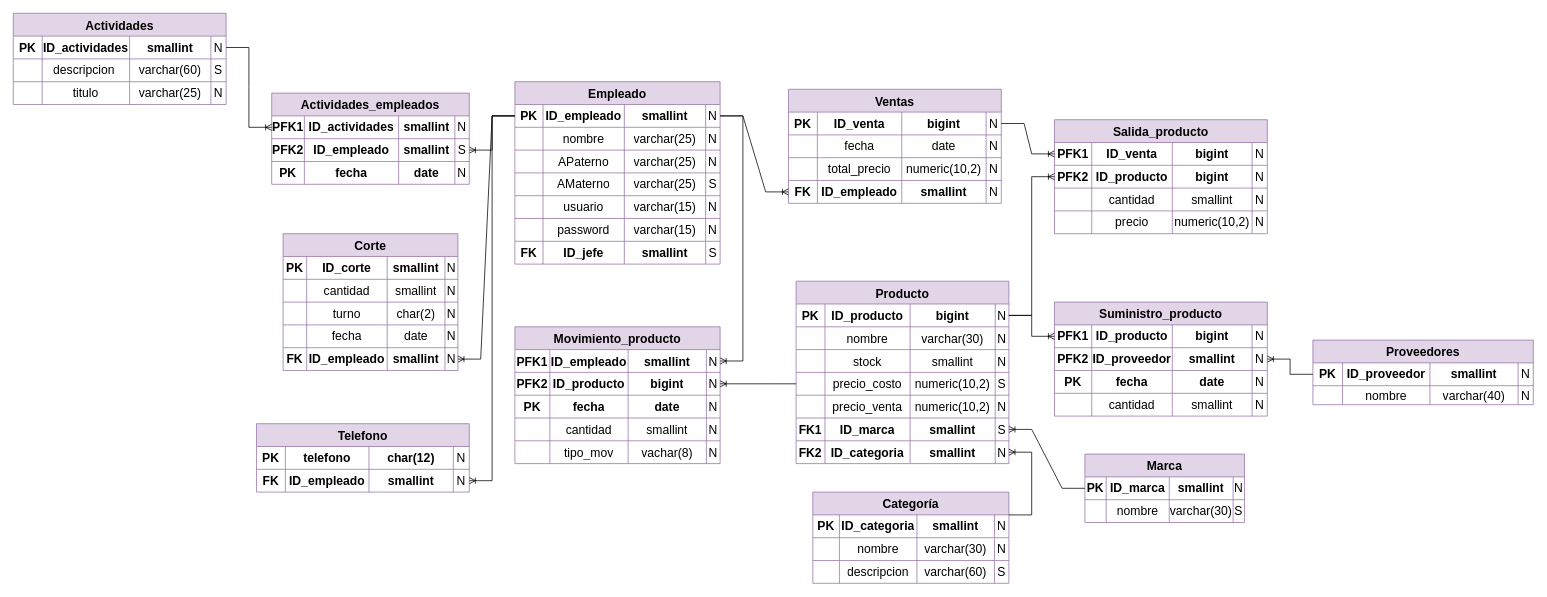
Above: Modelo Logico Especifico Proyecto.drawio in misiomishi/itcj (draw.io), before the change. Source tidied: cells renumbered, new cells numbered last; positions are measured from the earlier drawing's top-left corner, leaving out a move shared by most shapes. Both pictures are drawn from the tidied source at 76%, with x=0, y=0 at pixel (13, 13).
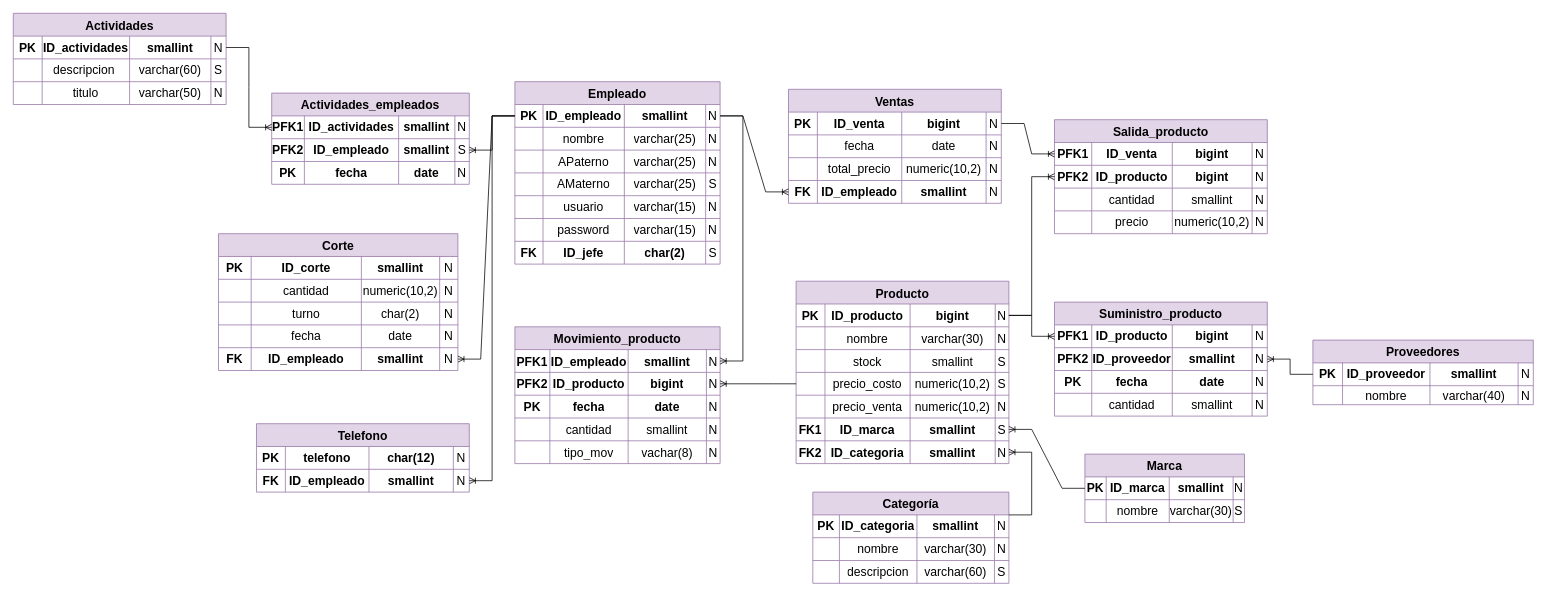
After the change.

Unchanged cells that the change refers to:
```xml
<mxCell id="13" style="shape=tableRow;horizontal=0;startSize=0;swimlaneHead=0;swimlaneBody=0;strokeColor=inherit;top=0;left=0;bottom=0;right=0;fillColor=none;fontSize=16;" parent="2" vertex="1">
  <mxGeometry y="90" width="280" height="30" as="geometry" />
</mxCell>
<mxCell id="75" style="shape=tableRow;horizontal=0;startSize=0;swimlaneHead=0;swimlaneBody=0;strokeColor=inherit;top=0;left=0;bottom=0;right=0;fillColor=none;fontSize=16;" parent="44" vertex="1">
  <mxGeometry y="210" width="270" height="30" as="geometry" />
</mxCell>
<mxCell id="123" style="shape=tableRow;horizontal=0;startSize=0;swimlaneHead=0;swimlaneBody=0;strokeColor=inherit;top=0;left=0;bottom=0;right=0;fillColor=none;fontSize=16;" parent="112" vertex="1">
  <mxGeometry y="90" width="280" height="30" as="geometry" />
</mxCell>
```

Change to the diagram source:
```diff
@@
-    <mxCell id="16" value="varchar(25)" style="shape=partialRectangle;html=1;whiteSpace=wrap;strokeColor=inherit;overflow=hidden;fillColor=none;top=0;left=0;bottom=0;right=0;fontSize=16;" parent="13" vertex="1">
+    <mxCell id="16" value="varchar(50)" style="shape=partialRectangle;html=1;whiteSpace=wrap;strokeColor=inherit;overflow=hidden;fillColor=none;top=0;left=0;bottom=0;right=0;fontSize=16;" parent="13" vertex="1">
       <mxGeometry x="153" width="107" height="30" as="geometry" />
     </mxCell>
@@
     <mxCell id="18" value="Corte" style="shape=table;startSize=30;childLayout=tableLayout;strokeColor=#9673a6;fontSize=16;fontStyle=1;fillColor=#e1d5e7;" parent="1" vertex="1">
-      <mxGeometry x="355" y="290" width="230" height="180" as="geometry" />
+      <mxGeometry x="270" y="290" width="315" height="180" as="geometry" />
     </mxCell>
     <mxCell id="19" style="shape=tableRow;horizontal=0;startSize=0;swimlaneHead=0;swimlaneBody=0;strokeColor=inherit;top=0;left=0;bottom=0;right=0;fillColor=none;fontSize=16;" parent="18" vertex="1">
-      <mxGeometry y="30" width="230" height="30" as="geometry" />
+      <mxGeometry y="30" width="315" height="30" as="geometry" />
     </mxCell>
     <mxCell id="20" value="PK" style="shape=partialRectangle;html=1;whiteSpace=wrap;strokeColor=inherit;overflow=hidden;fillColor=none;top=0;left=0;bottom=0;right=0;fontSize=16;fontStyle=1;" parent="19" vertex="1">
-      <mxGeometry width="31" height="30" as="geometry" />
+      <mxGeometry width="43" height="30" as="geometry" />
     </mxCell>
     <mxCell id="21" value="ID_corte" style="shape=partialRectangle;html=1;whiteSpace=wrap;strokeColor=inherit;overflow=hidden;fillColor=none;top=0;left=0;bottom=0;right=0;fontSize=16;fontStyle=1;" parent="19" vertex="1">
-      <mxGeometry x="31" width="106" height="30" as="geometry" />
+      <mxGeometry x="43" width="145" height="30" as="geometry" />
     </mxCell>
     <mxCell id="22" value="smallint" style="shape=partialRectangle;html=1;whiteSpace=wrap;strokeColor=inherit;overflow=hidden;fillColor=none;top=0;left=0;bottom=0;right=0;fontSize=16;fontStyle=1;" parent="19" vertex="1">
-      <mxGeometry x="137" width="76" height="30" as="geometry" />
+      <mxGeometry x="188" width="103" height="30" as="geometry" />
     </mxCell>
     <mxCell id="23" value="N" style="shape=partialRectangle;html=1;whiteSpace=wrap;strokeColor=inherit;overflow=hidden;fillColor=none;top=0;left=0;bottom=0;right=0;fontSize=16;" parent="19" vertex="1">
-      <mxGeometry x="213" width="17" height="30" as="geometry" />
+      <mxGeometry x="291" width="24" height="30" as="geometry" />
     </mxCell>
     <mxCell id="24" style="shape=tableRow;horizontal=0;startSize=0;swimlaneHead=0;swimlaneBody=0;strokeColor=inherit;top=0;left=0;bottom=0;right=0;fillColor=none;fontSize=16;" parent="18" vertex="1">
-      <mxGeometry y="60" width="230" height="30" as="geometry" />
+      <mxGeometry y="60" width="315" height="30" as="geometry" />
     </mxCell>
     <mxCell id="25" style="shape=partialRectangle;html=1;whiteSpace=wrap;strokeColor=inherit;overflow=hidden;fillColor=none;top=0;left=0;bottom=0;right=0;fontSize=16;" parent="24" vertex="1">
-      <mxGeometry width="31" height="30" as="geometry" />
+      <mxGeometry width="43" height="30" as="geometry" />
     </mxCell>
     <mxCell id="26" value="cantidad" style="shape=partialRectangle;html=1;whiteSpace=wrap;strokeColor=inherit;overflow=hidden;fillColor=none;top=0;left=0;bottom=0;right=0;fontSize=16;" parent="24" vertex="1">
-      <mxGeometry x="31" width="106" height="30" as="geometry" />
+      <mxGeometry x="43" width="145" height="30" as="geometry" />
     </mxCell>
-    <mxCell id="27" value="smallint" style="shape=partialRectangle;html=1;whiteSpace=wrap;strokeColor=inherit;overflow=hidden;fillColor=none;top=0;left=0;bottom=0;right=0;fontSize=16;" parent="24" vertex="1">
-      <mxGeometry x="137" width="76" height="30" as="geometry" />
+    <mxCell id="27" value="numeric(10,2)" style="shape=partialRectangle;html=1;whiteSpace=wrap;strokeColor=inherit;overflow=hidden;fillColor=none;top=0;left=0;bottom=0;right=0;fontSize=16;" parent="24" vertex="1">
+      <mxGeometry x="188" width="103" height="30" as="geometry" />
     </mxCell>
     <mxCell id="28" value="N" style="shape=partialRectangle;html=1;whiteSpace=wrap;strokeColor=inherit;overflow=hidden;fillColor=none;top=0;left=0;bottom=0;right=0;fontSize=16;" parent="24" vertex="1">
-      <mxGeometry x="213" width="17" height="30" as="geometry" />
+      <mxGeometry x="291" width="24" height="30" as="geometry" />
     </mxCell>
     <mxCell id="29" style="shape=tableRow;horizontal=0;startSize=0;swimlaneHead=0;swimlaneBody=0;strokeColor=inherit;top=0;left=0;bottom=0;right=0;fillColor=none;fontSize=16;" parent="18" vertex="1">
-      <mxGeometry y="90" width="230" height="30" as="geometry" />
+      <mxGeometry y="90" width="315" height="30" as="geometry" />
     </mxCell>
     <mxCell id="30" style="shape=partialRectangle;html=1;whiteSpace=wrap;strokeColor=inherit;overflow=hidden;fillColor=none;top=0;left=0;bottom=0;right=0;fontSize=16;" parent="29" vertex="1">
-      <mxGeometry width="31" height="30" as="geometry" />
+      <mxGeometry width="43" height="30" as="geometry" />
     </mxCell>
     <mxCell id="31" value="turno" style="shape=partialRectangle;html=1;whiteSpace=wrap;strokeColor=inherit;overflow=hidden;fillColor=none;top=0;left=0;bottom=0;right=0;fontSize=16;" parent="29" vertex="1">
-      <mxGeometry x="31" width="106" height="30" as="geometry" />
+      <mxGeometry x="43" width="145" height="30" as="geometry" />
     </mxCell>
     <mxCell id="32" value="char(2)" style="shape=partialRectangle;html=1;whiteSpace=wrap;strokeColor=inherit;overflow=hidden;fillColor=none;top=0;left=0;bottom=0;right=0;fontSize=16;" parent="29" vertex="1">
-      <mxGeometry x="137" width="76" height="30" as="geometry" />
+      <mxGeometry x="188" width="103" height="30" as="geometry" />
     </mxCell>
     <mxCell id="33" value="N" style="shape=partialRectangle;html=1;whiteSpace=wrap;strokeColor=inherit;overflow=hidden;fillColor=none;top=0;left=0;bottom=0;right=0;fontSize=16;" parent="29" vertex="1">
-      <mxGeometry x="213" width="17" height="30" as="geometry" />
+      <mxGeometry x="291" width="24" height="30" as="geometry" />
     </mxCell>
     <mxCell id="34" style="shape=tableRow;horizontal=0;startSize=0;swimlaneHead=0;swimlaneBody=0;strokeColor=inherit;top=0;left=0;bottom=0;right=0;fillColor=none;fontSize=16;" parent="18" vertex="1">
-      <mxGeometry y="120" width="230" height="30" as="geometry" />
+      <mxGeometry y="120" width="315" height="30" as="geometry" />
     </mxCell>
     <mxCell id="35" style="shape=partialRectangle;html=1;whiteSpace=wrap;strokeColor=inherit;overflow=hidden;fillColor=none;top=0;left=0;bottom=0;right=0;fontSize=16;" parent="34" vertex="1">
-      <mxGeometry width="31" height="30" as="geometry" />
+      <mxGeometry width="43" height="30" as="geometry" />
     </mxCell>
     <mxCell id="36" value="fecha" style="shape=partialRectangle;html=1;whiteSpace=wrap;strokeColor=inherit;overflow=hidden;fillColor=none;top=0;left=0;bottom=0;right=0;fontSize=16;" parent="34" vertex="1">
-      <mxGeometry x="31" width="106" height="30" as="geometry" />
+      <mxGeometry x="43" width="145" height="30" as="geometry" />
     </mxCell>
     <mxCell id="37" value="date" style="shape=partialRectangle;html=1;whiteSpace=wrap;strokeColor=inherit;overflow=hidden;fillColor=none;top=0;left=0;bottom=0;right=0;fontSize=16;" parent="34" vertex="1">
-      <mxGeometry x="137" width="76" height="30" as="geometry" />
+      <mxGeometry x="188" width="103" height="30" as="geometry" />
     </mxCell>
     <mxCell id="38" value="N" style="shape=partialRectangle;html=1;whiteSpace=wrap;strokeColor=inherit;overflow=hidden;fillColor=none;top=0;left=0;bottom=0;right=0;fontSize=16;" parent="34" vertex="1">
-      <mxGeometry x="213" width="17" height="30" as="geometry" />
+      <mxGeometry x="291" width="24" height="30" as="geometry" />
     </mxCell>
     <mxCell id="39" style="shape=tableRow;horizontal=0;startSize=0;swimlaneHead=0;swimlaneBody=0;strokeColor=inherit;top=0;left=0;bottom=0;right=0;fillColor=none;points=[[0,0.5],[1,0.5]];portConstraint=eastwest;fontSize=16;" parent="18" vertex="1">
-      <mxGeometry y="150" width="230" height="30" as="geometry" />
+      <mxGeometry y="150" width="315" height="30" as="geometry" />
     </mxCell>
     <mxCell id="40" value="FK" style="shape=partialRectangle;html=1;whiteSpace=wrap;strokeColor=inherit;overflow=hidden;fillColor=none;top=0;left=0;bottom=0;right=0;fontSize=16;fontStyle=1;" parent="39" vertex="1">
-      <mxGeometry width="31" height="30" as="geometry" />
+      <mxGeometry width="43" height="30" as="geometry" />
     </mxCell>
     <mxCell id="41" value="ID_empleado" style="shape=partialRectangle;html=1;whiteSpace=wrap;strokeColor=inherit;overflow=hidden;fillColor=none;top=0;left=0;bottom=0;right=0;fontSize=16;fontStyle=1;" parent="39" vertex="1">
-      <mxGeometry x="31" width="106" height="30" as="geometry" />
+      <mxGeometry x="43" width="145" height="30" as="geometry" />
     </mxCell>
     <mxCell id="42" value="smallint" style="shape=partialRectangle;html=1;whiteSpace=wrap;strokeColor=inherit;overflow=hidden;fillColor=none;top=0;left=0;bottom=0;right=0;fontSize=16;fontStyle=1;" parent="39" vertex="1">
-      <mxGeometry x="137" width="76" height="30" as="geometry" />
+      <mxGeometry x="188" width="103" height="30" as="geometry" />
     </mxCell>
     <mxCell id="43" value="N" style="shape=partialRectangle;html=1;whiteSpace=wrap;strokeColor=inherit;overflow=hidden;fillColor=none;top=0;left=0;bottom=0;right=0;fontSize=16;" parent="39" vertex="1">
-      <mxGeometry x="213" width="17" height="30" as="geometry" />
+      <mxGeometry x="291" width="24" height="30" as="geometry" />
     </mxCell>
@@
-    <mxCell id="78" value="smallint" style="shape=partialRectangle;html=1;whiteSpace=wrap;strokeColor=inherit;overflow=hidden;fillColor=none;top=0;left=0;bottom=0;right=0;fontSize=16;fontStyle=1;" parent="75" vertex="1">
+    <mxCell id="78" value="char(2)" style="shape=partialRectangle;html=1;whiteSpace=wrap;strokeColor=inherit;overflow=hidden;fillColor=none;top=0;left=0;bottom=0;right=0;fontSize=16;fontStyle=1;" parent="75" vertex="1">
       <mxGeometry x="144" width="107" height="30" as="geometry" />
     </mxCell>
@@
-    <mxCell id="127" value="N" style="shape=partialRectangle;html=1;whiteSpace=wrap;strokeColor=inherit;overflow=hidden;fillColor=none;top=0;left=0;bottom=0;right=0;fontSize=16;" parent="123" vertex="1">
+    <mxCell id="127" value="S" style="shape=partialRectangle;html=1;whiteSpace=wrap;strokeColor=inherit;overflow=hidden;fillColor=none;top=0;left=0;bottom=0;right=0;fontSize=16;" parent="123" vertex="1">
       <mxGeometry x="262" width="18" height="30" as="geometry" />
     </mxCell>
```
